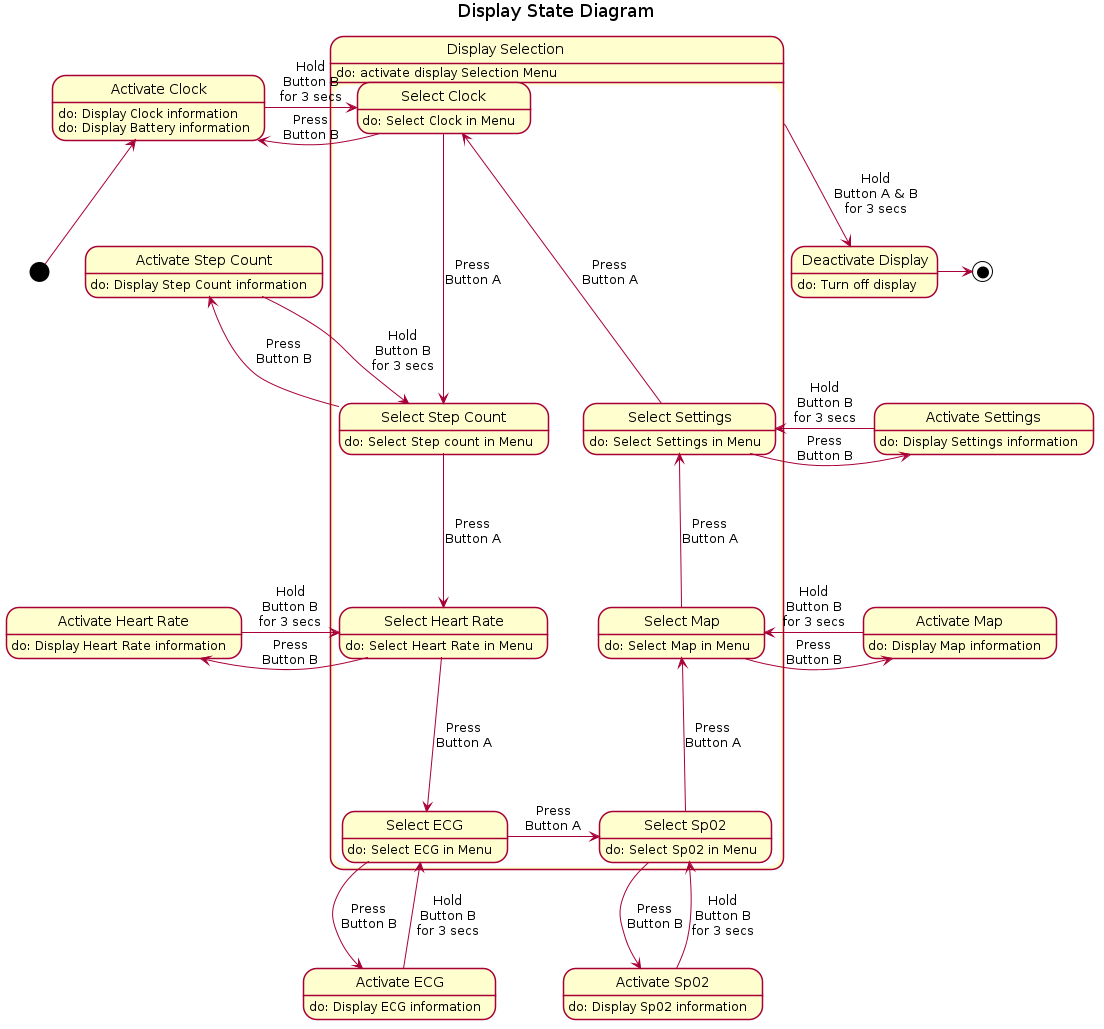
Before: uml/state_diagrams/display.png, a diagram exported from PlantUML (markroche92/sw-eng-smart-watch). Source of this version:
```plantuml
@startuml

skinparam shadowing false

title Display State Diagram

state "Activate Clock" as Ac : do: Display Clock information\ndo: Display Battery information
state "Activate Step Count" as Asc : do: Display Step Count information
state "Activate Heart Rate" as Ahr : do: Display Heart Rate information
state "Activate ECG" as Aecg : do: Display ECG information
state "Activate Sp02" as Asp : do: Display Sp02 information
state "Activate Map" as Am : do: Display Map information
state "Activate Settings" as As : do: Display Settings information
state "Deactivate Display" as Dd : do: Turn off display

state "Display Selection" as Dms{

    state "Select Clock" as Sc : do: Select Clock in Menu
    state "Select Step Count" as Ssc : do: Select Step count in Menu
    state "Select Heart Rate" as Shr : do: Select Heart Rate in Menu
    state "Select ECG" as Secg : do: Select ECG in Menu
    state "Select Sp02" as Ssp : do: Select Sp02 in Menu
    state "Select Map" as Sm : do: Select Map in Menu
    state "Select Settings" as Ss : do: Select Settings in Menu

    Sc -down-> Ssc : Press\nButton A
    Ssc -down-> Shr : Press\nButton A
    Shr -down-> Secg : Press\nButton A
    Secg -right-> Ssp : Press\nButton A
    Ssp -up-> Sm : Press\nButton A
    Sm -up-> Ss : Press\nButton A
    Ss -up-> Sc : Press\nButton A

}

Dms : do: activate display Selection Menu

Sc -right-> Ac : Press\nButton B
Ssc -up-> Asc : Press\nButton B
Shr -left-> Ahr : Press\nButton B
Secg -down-> Aecg : Press\nButton B
Ssp -down-> Asp : Press\nButton B
Sm -right-> Am : Press\nButton B
Ss -right-> As : Press\nButton B

[*] -up-> Ac
Ac -left-> Sc : Hold\nButton B\nfor 3 secs
Asc -down-> Ssc : Hold\nButton B\nfor 3 secs
Ahr -right-> Shr : Hold\nButton B\nfor 3 secs
Aecg -up-> Secg : Hold\nButton B\nfor 3 secs
Asp -up-> Ssp : Hold\nButton B\nfor 3 secs
Am -left-> Sm : Hold\nButton B\nfor 3 secs
As -left-> Ss : Hold\nButton B\nfor 3 secs

Dms --> Dd : Hold\nButton A & B\nfor 3 secs
Dd -> [*]

@enduml
```
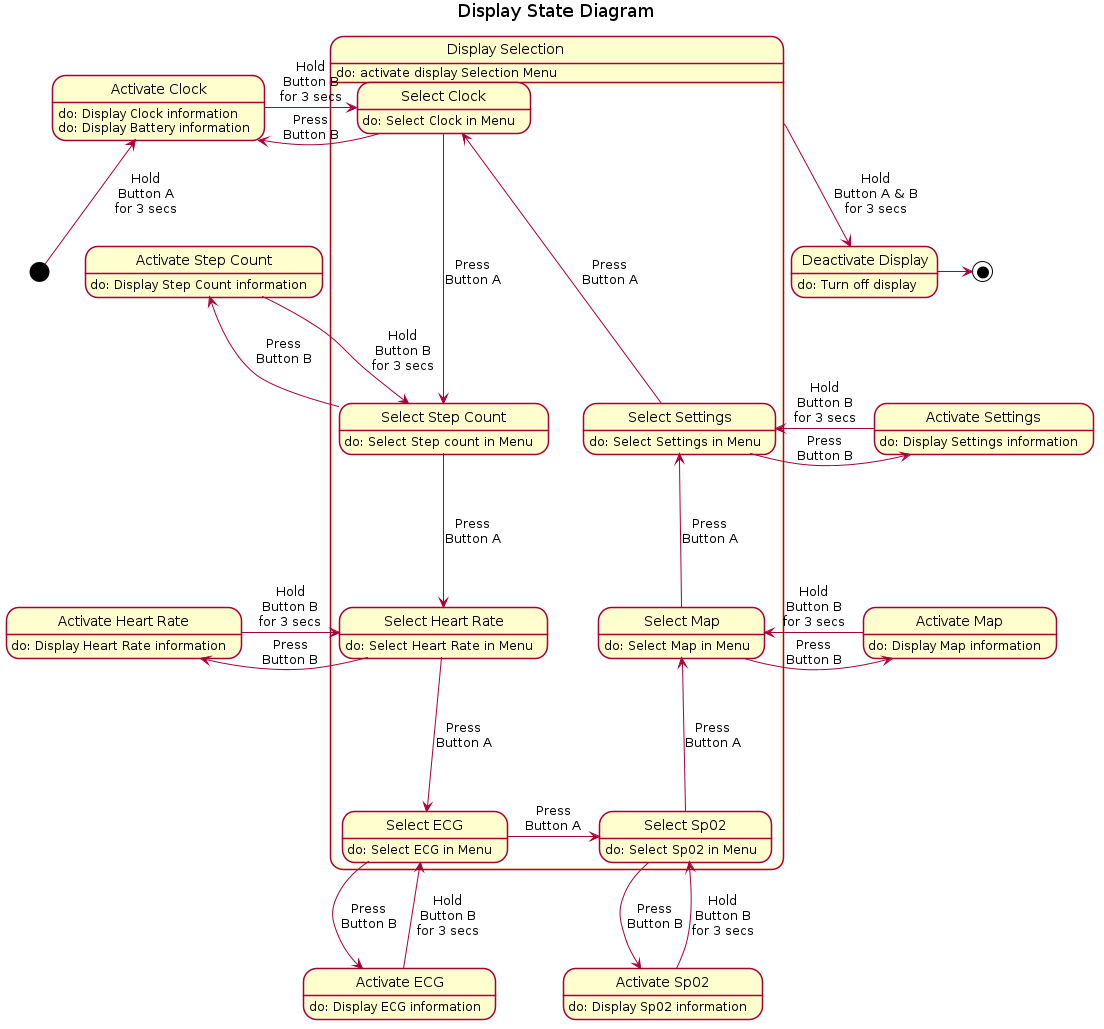
The same file after the commit.

Commit message:
Fix Display State Diagram

What changed in the source:
```diff
@@ -43,7 +43,7 @@
 Sm -right-> Am : Press\nButton B
 Ss -right-> As : Press\nButton B
 
-[*] -up-> Ac
+[*] -up-> Ac : Hold\nButton A\nfor 3 secs
 Ac -left-> Sc : Hold\nButton B\nfor 3 secs
 Asc -down-> Ssc : Hold\nButton B\nfor 3 secs
 Ahr -right-> Shr : Hold\nButton B\nfor 3 secs
```
